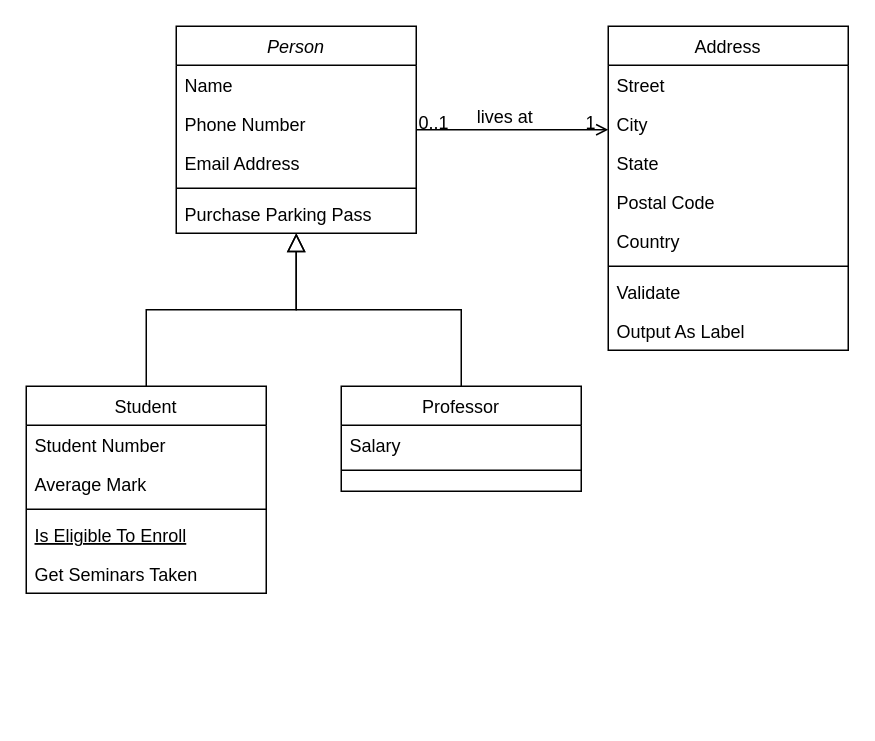
The draw.io diagram Concert Project Class Diagram.drawio in jsokhon/CS331-Team-Project, before the edit. Source tidied: cells renumbered, new cells numbered last; positions are measured from the earlier drawing's top-left corner, leaving out a move shared by most shapes. Both pictures are drawn from the tidied source at 150%, with x=0, y=0 at pixel (26, 26).
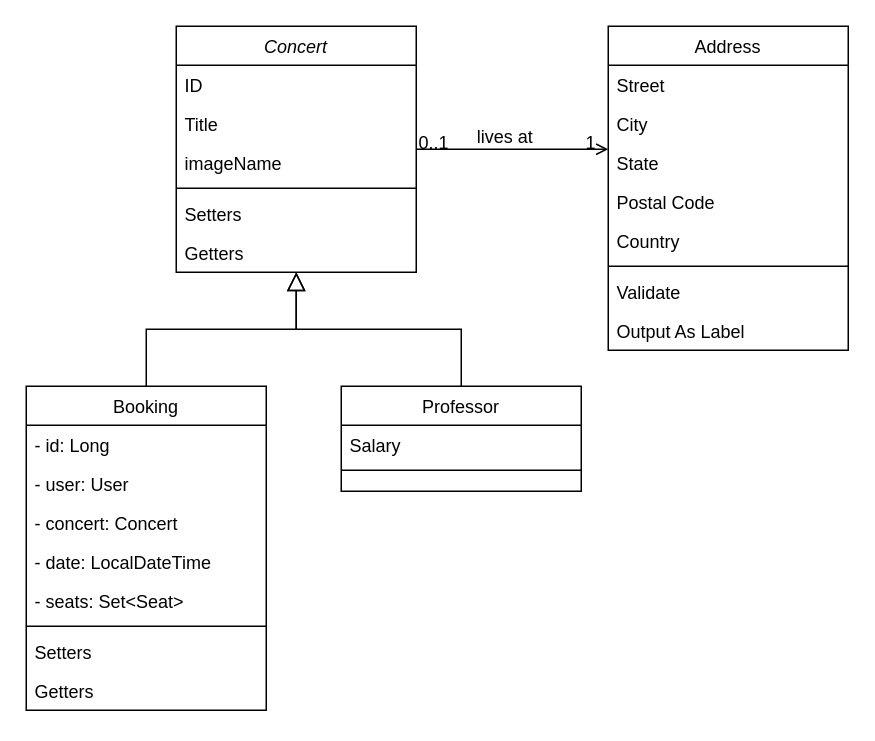
The same page after the edit.

Change to the diagram source:
```diff
@@
-    <mxCell id="2" value="Person" style="swimlane;fontStyle=2;align=center;verticalAlign=top;horizontal=1;startSize=26;rounded=0;shadow=0;strokeWidth=1;" parent="1" vertex="1">
-      <mxGeometry x="100" width="160" height="138" as="geometry" />
+    <mxCell id="2" value="Concert" style="swimlane;fontStyle=2;align=center;verticalAlign=top;horizontal=1;startSize=26;rounded=0;shadow=0;strokeWidth=1;" parent="1" vertex="1">
+      <mxGeometry x="100" width="160" height="164" as="geometry" />
     </mxCell>
-    <mxCell id="3" value="Name" style="text;align=left;verticalAlign=top;spacingLeft=4;spacingRight=4;overflow=hidden;" parent="2" vertex="1">
+    <mxCell id="3" value="ID" style="text;align=left;verticalAlign=top;spacingLeft=4;spacingRight=4;overflow=hidden;" parent="2" vertex="1">
       <mxGeometry y="26" width="160" height="26" as="geometry" />
     </mxCell>
-    <mxCell id="4" value="Phone Number" style="text;align=left;verticalAlign=top;spacingLeft=4;spacingRight=4;overflow=hidden;rounded=0;shadow=0;html=0;" parent="2" vertex="1">
+    <mxCell id="4" value="Title" style="text;align=left;verticalAlign=top;spacingLeft=4;spacingRight=4;overflow=hidden;rounded=0;shadow=0;html=0;" parent="2" vertex="1">
       <mxGeometry y="52" width="160" height="26" as="geometry" />
     </mxCell>
-    <mxCell id="5" value="Email Address" style="text;align=left;verticalAlign=top;spacingLeft=4;spacingRight=4;overflow=hidden;rounded=0;shadow=0;html=0;" parent="2" vertex="1">
+    <mxCell id="5" value="imageName" style="text;align=left;verticalAlign=top;spacingLeft=4;spacingRight=4;overflow=hidden;rounded=0;shadow=0;html=0;" parent="2" vertex="1">
       <mxGeometry y="78" width="160" height="26" as="geometry" />
     </mxCell>
@@
-    <mxCell id="7" value="Purchase Parking Pass" style="text;align=left;verticalAlign=top;spacingLeft=4;spacingRight=4;overflow=hidden;" parent="2" vertex="1">
+    <mxCell id="7" value="Setters" style="text;align=left;verticalAlign=top;spacingLeft=4;spacingRight=4;overflow=hidden;" parent="2" vertex="1">
       <mxGeometry y="112" width="160" height="26" as="geometry" />
     </mxCell>
+    <mxCell id="32" value="Getters" style="text;align=left;verticalAlign=top;spacingLeft=4;spacingRight=4;overflow=hidden;" parent="2" vertex="1">
+      <mxGeometry y="138" width="160" height="26" as="geometry" />
+    </mxCell>
-    <mxCell id="8" value="Student" style="swimlane;fontStyle=0;align=center;verticalAlign=top;horizontal=1;startSize=26;rounded=0;shadow=0;strokeWidth=1;" parent="1" vertex="1">
-      <mxGeometry y="240" width="160" height="138" as="geometry" />
+    <mxCell id="8" value="Booking" style="swimlane;fontStyle=0;align=center;verticalAlign=top;horizontal=1;startSize=26;rounded=0;shadow=0;strokeWidth=1;" parent="1" vertex="1">
+      <mxGeometry y="240" width="160" height="216" as="geometry" />
     </mxCell>
-    <mxCell id="9" value="Student Number" style="text;align=left;verticalAlign=top;spacingLeft=4;spacingRight=4;overflow=hidden;" parent="8" vertex="1">
+    <mxCell id="9" value="- id: Long" style="text;align=left;verticalAlign=top;spacingLeft=4;spacingRight=4;overflow=hidden;" parent="8" vertex="1">
       <mxGeometry y="26" width="160" height="26" as="geometry" />
     </mxCell>
-    <mxCell id="10" value="Average Mark" style="text;align=left;verticalAlign=top;spacingLeft=4;spacingRight=4;overflow=hidden;rounded=0;shadow=0;html=0;" parent="8" vertex="1">
+    <mxCell id="10" value="- user: User" style="text;align=left;verticalAlign=top;spacingLeft=4;spacingRight=4;overflow=hidden;rounded=0;shadow=0;html=0;" parent="8" vertex="1">
       <mxGeometry y="52" width="160" height="26" as="geometry" />
     </mxCell>
+    <mxCell id="33" value="- concert: Concert" style="text;align=left;verticalAlign=top;spacingLeft=4;spacingRight=4;overflow=hidden;rounded=0;shadow=0;html=0;" parent="8" vertex="1">
+      <mxGeometry y="78" width="160" height="26" as="geometry" />
+    </mxCell>
+    <mxCell id="34" value="- date: LocalDateTime" style="text;align=left;verticalAlign=top;spacingLeft=4;spacingRight=4;overflow=hidden;rounded=0;shadow=0;html=0;" parent="8" vertex="1">
+      <mxGeometry y="104" width="160" height="26" as="geometry" />
+    </mxCell>
+    <mxCell id="35" value="- seats: Set&lt;Seat&gt;" style="text;align=left;verticalAlign=top;spacingLeft=4;spacingRight=4;overflow=hidden;rounded=0;shadow=0;html=0;" parent="8" vertex="1">
+      <mxGeometry y="130" width="160" height="26" as="geometry" />
+    </mxCell>
     <mxCell id="11" style="line;html=1;strokeWidth=1;align=left;verticalAlign=middle;spacingTop=-1;spacingLeft=3;spacingRight=3;labelPosition=right;" parent="8" vertex="1">
-      <mxGeometry y="78" width="160" height="8" as="geometry" />
+      <mxGeometry y="156" width="160" height="8" as="geometry" />
     </mxCell>
-    <mxCell id="12" value="Is Eligible To Enroll" style="text;align=left;verticalAlign=top;spacingLeft=4;spacingRight=4;overflow=hidden;fontStyle=4;" parent="8" vertex="1">
-      <mxGeometry y="86" width="160" height="26" as="geometry" />
-    </mxCell>
-    <mxCell id="13" value="Get Seminars Taken" style="text;align=left;verticalAlign=top;spacingLeft=4;spacingRight=4;overflow=hidden;" parent="8" vertex="1">
-      <mxGeometry y="112" width="160" height="26" as="geometry" />
-    </mxCell>
+    <mxCell id="36" value="Setters" style="text;align=left;verticalAlign=top;spacingLeft=4;spacingRight=4;overflow=hidden;rounded=0;shadow=0;html=0;" parent="8" vertex="1">
+      <mxGeometry y="164" width="160" height="26" as="geometry" />
+    </mxCell>
+    <mxCell id="37" value="Getters" style="text;align=left;verticalAlign=top;spacingLeft=4;spacingRight=4;overflow=hidden;rounded=0;shadow=0;html=0;" parent="8" vertex="1">
+      <mxGeometry y="190" width="160" height="26" as="geometry" />
+    </mxCell>
```
